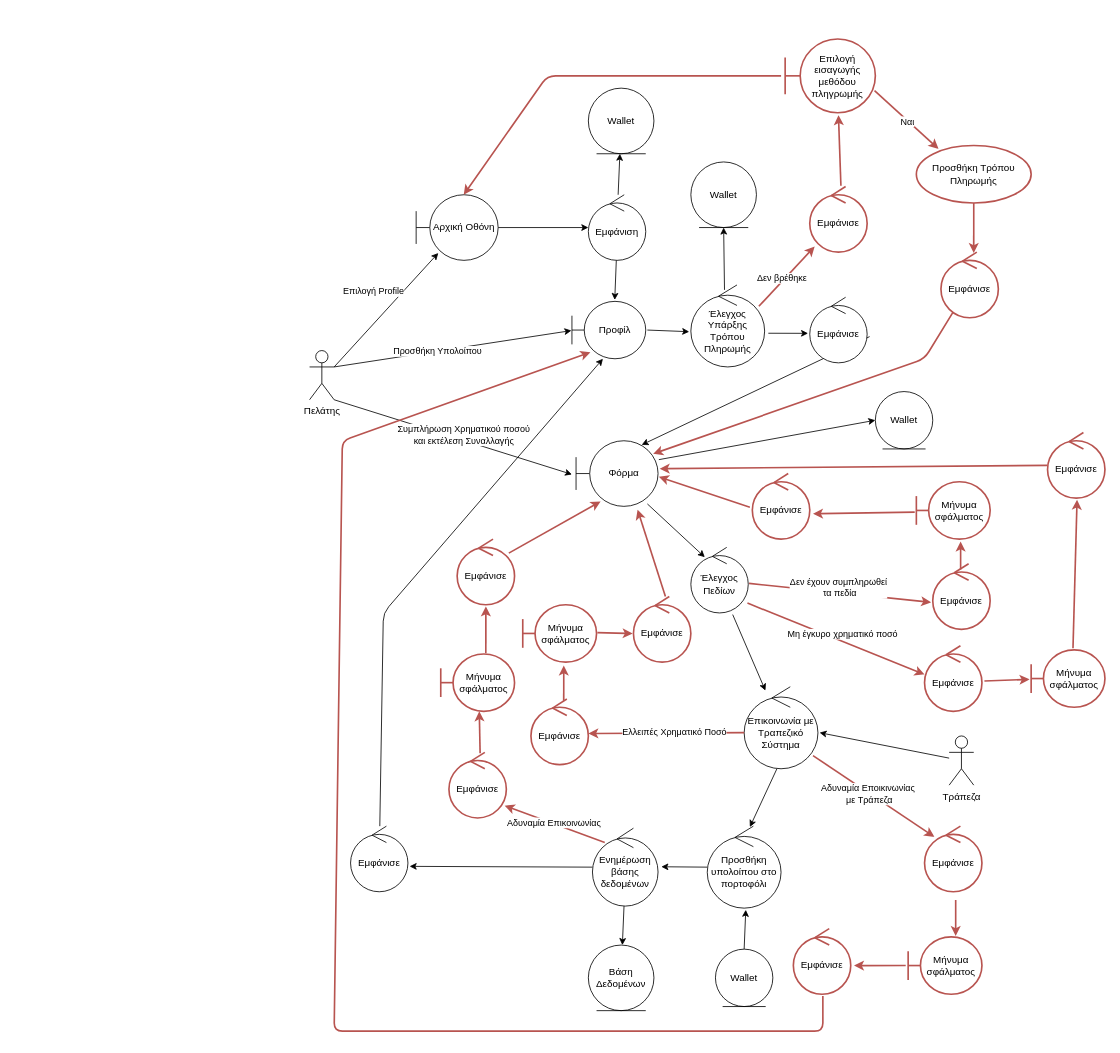
The draw.io diagram Part_2/Robustness/diagrams/06_Φόρτιση_Πορτοφολιού.drawio in Nikolis2002/texnoligia_logismikou, before the edit. Source tidied: cells renumbered, new cells numbered last; positions are measured from the earlier drawing's top-left corner, leaving out a move shared by most shapes. Both pictures are drawn from the tidied source at 82%, with x=0, y=0 at pixel (309, 39).
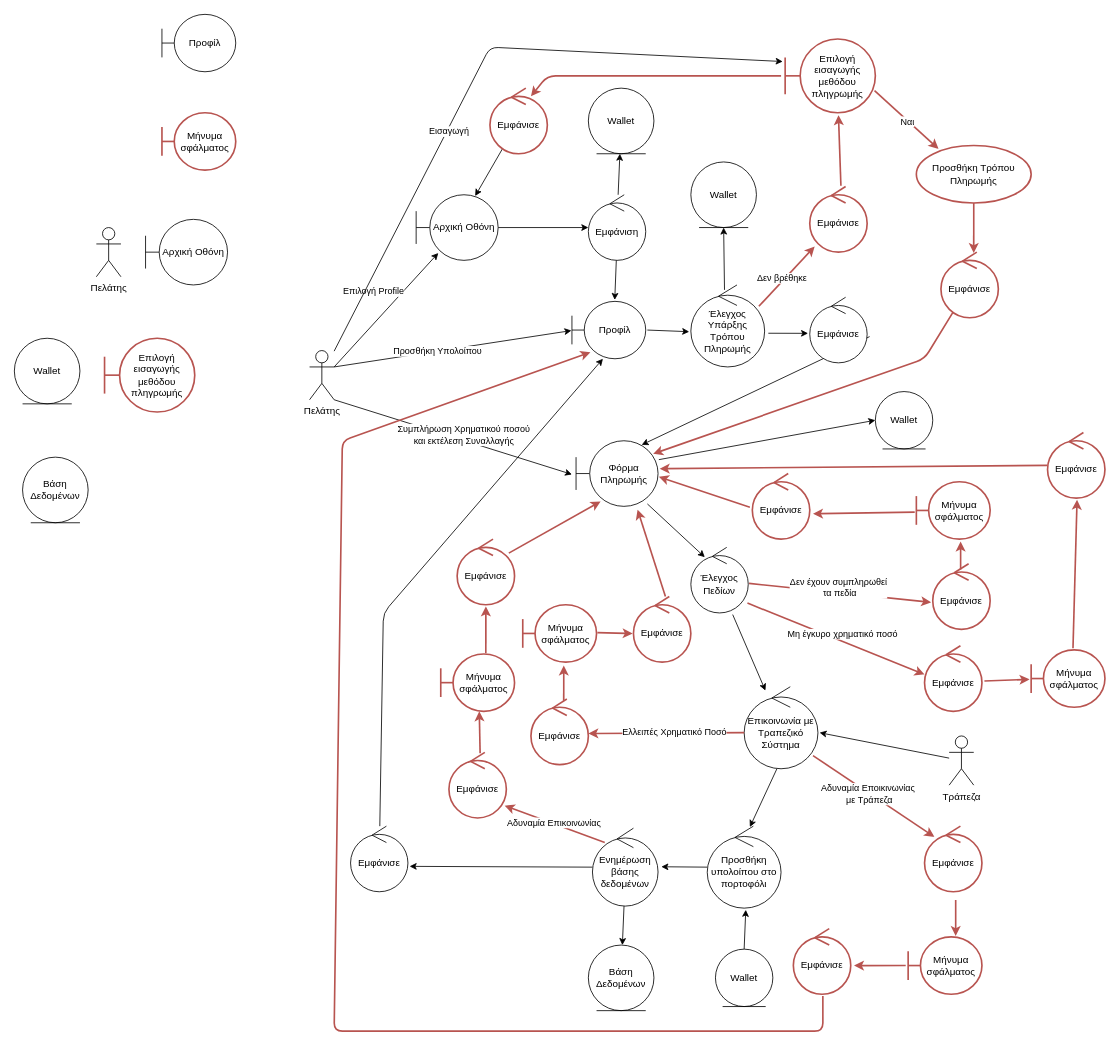
After the change.

Unchanged cells that the change refers to:
```xml
<mxCell id="7" value="Πελάτης" style="shape=umlActor;verticalLabelPosition=bottom;verticalAlign=top;html=1;" parent="1" vertex="1">
  <mxGeometry y="380" width="30" height="60" as="geometry" />
</mxCell>
<mxCell id="9" value="Αρχική Οθόνη" style="shape=umlBoundary;whiteSpace=wrap;html=1;" parent="1" vertex="1">
  <mxGeometry x="130" y="190" width="100" height="80" as="geometry" />
</mxCell>
<mxCell id="56" value="Επιλογή εισαγωγής μεθόδου πληγρωμής" style="shape=umlBoundary;whiteSpace=wrap;html=1;fillColor=none;strokeColor=#b85450;strokeWidth=2;" parent="1" vertex="1">
  <mxGeometry x="580" width="110" height="90" as="geometry" />
</mxCell>
```

What changed in the source:
```diff
@@
+    <mxCell id="94" style="edgeStyle=none;html=1;entryX=-0.027;entryY=0.306;entryDx=0;entryDy=0;entryPerimeter=0;" parent="1" edge="1" source="7" target="56">
+      <mxGeometry relative="1" as="geometry">
+        <Array as="points">
+          <mxPoint x="220" y="10" />
+        </Array>
+      </mxGeometry>
+    </mxCell>
+    <mxCell id="95" value="Εισαγωγή" style="edgeLabel;html=1;align=center;verticalAlign=middle;" parent="94" vertex="1">
+      <mxGeometry x="-0.22" y="-2" relative="1" as="geometry" />
+    </mxCell>
@@
-    <mxCell id="29" value="Φόρμα" style="shape=umlBoundary;whiteSpace=wrap;html=1;" parent="1" vertex="1">
+    <mxCell id="29" value="Φόρμα Πληρωμής" style="shape=umlBoundary;whiteSpace=wrap;html=1;" parent="1" vertex="1">
       <mxGeometry x="325" y="490" width="100" height="80" as="geometry" />
     </mxCell>
@@
-    <mxCell id="59" style="edgeStyle=none;html=1;strokeWidth=2;fontSize=12;fillColor=none;strokeColor=#b85450;exitX=-0.045;exitY=0.5;exitDx=0;exitDy=0;exitPerimeter=0;entryX=0.58;entryY=0;entryDx=0;entryDy=0;entryPerimeter=0;" parent="1" edge="1" source="56" target="9">
+    <mxCell id="59" style="edgeStyle=none;html=1;strokeWidth=2;fontSize=12;fillColor=none;strokeColor=#b85450;exitX=-0.045;exitY=0.5;exitDx=0;exitDy=0;exitPerimeter=0;" parent="1" edge="1" source="56">
       <mxGeometry relative="1" as="geometry">
+        <mxPoint x="270" y="70" as="targetPoint" />
         <Array as="points">
           <mxPoint x="500" y="45" />
           <mxPoint x="290" y="45" />
         </Array>
       </mxGeometry>
     </mxCell>
@@
+    <mxCell id="96" value="Πελάτης" style="shape=umlActor;verticalLabelPosition=bottom;verticalAlign=top;html=1;" parent="1" vertex="1">
+      <mxGeometry x="-260" y="230" width="30" height="60" as="geometry" />
+    </mxCell>
+    <mxCell id="97" value="Αρχική Οθόνη" style="shape=umlBoundary;whiteSpace=wrap;html=1;" parent="1" vertex="1">
+      <mxGeometry x="-200" y="220" width="100" height="80" as="geometry" />
+    </mxCell>
+    <mxCell id="98" value="Wallet" style="ellipse;shape=umlEntity;whiteSpace=wrap;html=1;" parent="1" vertex="1">
+      <mxGeometry x="-360" y="365" width="80" height="80" as="geometry" />
+    </mxCell>
+    <mxCell id="99" value="Επιλογή εισαγωγής μεθόδου πληγρωμής" style="shape=umlBoundary;whiteSpace=wrap;html=1;fillColor=none;strokeColor=#b85450;strokeWidth=2;" parent="1" vertex="1">
+      <mxGeometry x="-250" y="365" width="110" height="90" as="geometry" />
+    </mxCell>
+    <mxCell id="100" value="Προφίλ" style="shape=umlBoundary;whiteSpace=wrap;html=1;" parent="1" vertex="1">
+      <mxGeometry x="-180" y="-30" width="90" height="70" as="geometry" />
+    </mxCell>
+    <mxCell id="101" value="Μήνυμα σφάλματος" style="shape=umlBoundary;whiteSpace=wrap;html=1;fillColor=none;strokeColor=#b85450;strokeWidth=2;" parent="1" vertex="1">
+      <mxGeometry x="-180" y="90" width="90" height="70" as="geometry" />
+    </mxCell>
+    <mxCell id="102" value="Βάση Δεδομένων" style="ellipse;shape=umlEntity;whiteSpace=wrap;html=1;" parent="1" vertex="1">
+      <mxGeometry x="-350" y="510" width="80" height="80" as="geometry" />
+    </mxCell>
+    <mxCell id="103" style="edgeStyle=none;html=1;entryX=0.72;entryY=0.019;entryDx=0;entryDy=0;entryPerimeter=0;" parent="1" edge="1" source="104" target="9">
+      <mxGeometry relative="1" as="geometry" />
+    </mxCell>
+    <mxCell id="104" value="Εμφάνισε" style="ellipse;shape=umlControl;whiteSpace=wrap;html=1;fillColor=none;strokeColor=#b85450;strokeWidth=2;" parent="1" vertex="1">
+      <mxGeometry x="220" y="60" width="70" height="80" as="geometry" />
+    </mxCell>
```
